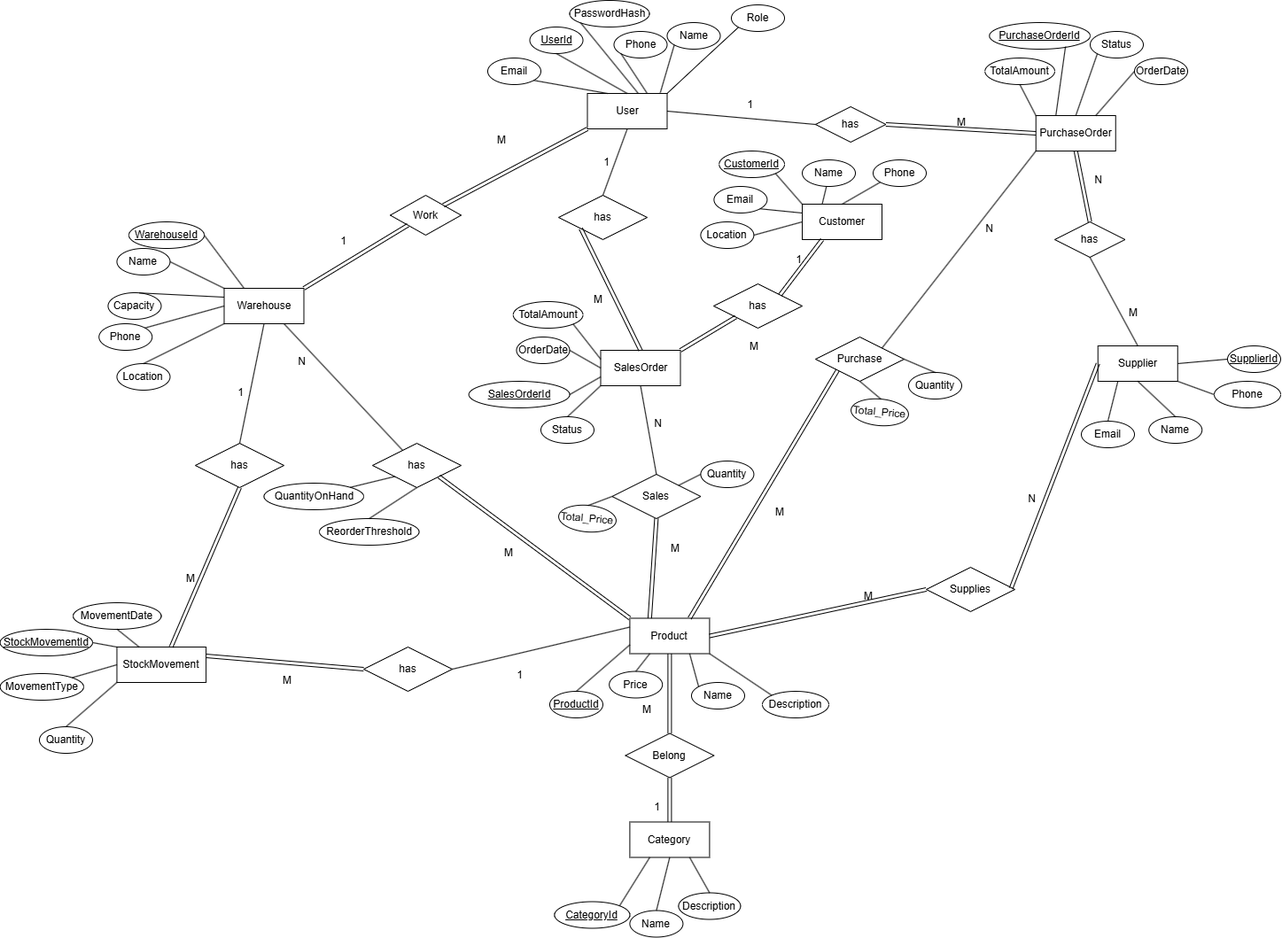
This is Inventory_And_Warehouse_Management/ERD & Mapping/ERD.drawio.png from SparkToCode2026/Inventory_And_Warehouse_Management, a draw.io export, as it was before one commit. Source tidied: cells renumbered, new cells last; positions are measured from the earlier drawing's top-left corner, leaving out a move shared by most shapes.
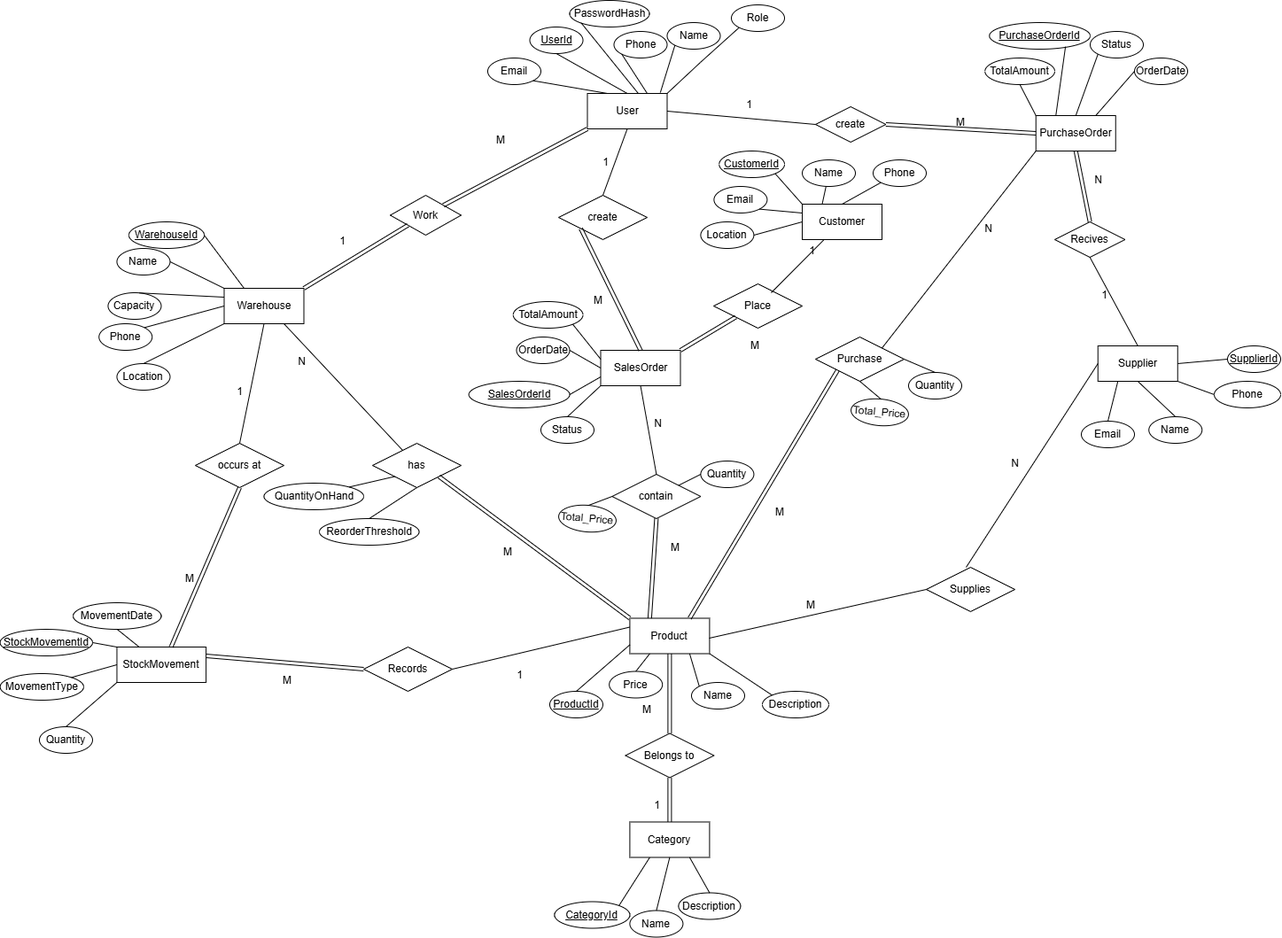
Above is the later version.

Commit message:
Updated ERD relationships and attributes

Change to the diagram source:
```diff
@@ -146,23 +146,7 @@
     <mxCell id="49" value="Supplies" style="shape=rhombus;perimeter=rhombusPerimeter;whiteSpace=wrap;html=1;align=center;" parent="1" vertex="1">
       <mxGeometry x="1045" y="640" width="100" height="50" as="geometry" />
     </mxCell>
-    <mxCell id="50" style="shape=link;html=1;rounded=0;exitX=1;exitY=0.5;exitDx=0;exitDy=0;entryX=0;entryY=0.5;entryDx=0;entryDy=0;" parent="1" edge="1" source="19" target="49">
-      <mxGeometry relative="1" as="geometry" />
-    </mxCell>
-    <mxCell id="51" value="M" style="html=1;whiteSpace=wrap;align=right;verticalAlign=bottom;" parent="50" vertex="1">
-      <mxGeometry x="1" relative="1" as="geometry">
-        <mxPoint x="-60" y="15" as="offset" />
-      </mxGeometry>
-    </mxCell>
-    <mxCell id="52" style="shape=link;html=1;rounded=0;entryX=0;entryY=0.5;entryDx=0;entryDy=0;exitX=0.957;exitY=0.474;exitDx=0;exitDy=0;exitPerimeter=0;" parent="1" edge="1" source="49" target="24">
-      <mxGeometry relative="1" as="geometry" />
-    </mxCell>
-    <mxCell id="53" value="N" style="html=1;whiteSpace=wrap;align=right;verticalAlign=bottom;" parent="52" vertex="1">
-      <mxGeometry x="1" relative="1" as="geometry">
-        <mxPoint x="-70" y="160" as="offset" />
-      </mxGeometry>
-    </mxCell>
-    <mxCell id="54" value="has" style="shape=rhombus;perimeter=rhombusPerimeter;whiteSpace=wrap;html=1;align=center;" parent="1" vertex="1">
+    <mxCell id="54" value="Recives" style="shape=rhombus;perimeter=rhombusPerimeter;whiteSpace=wrap;html=1;align=center;" parent="1" vertex="1">
       <mxGeometry x="1190" y="250" width="79.4" height="40" as="geometry" />
     </mxCell>
     <mxCell id="55" style="shape=link;html=1;rounded=0;entryX=0.5;entryY=0;entryDx=0;entryDy=0;exitX=0.5;exitY=1;exitDx=0;exitDy=0;" parent="1" edge="1" source="40" target="54">
@@ -176,11 +160,6 @@
     <mxCell id="57" style="endArrow=none;html=1;rounded=0;entryX=0.5;entryY=0;entryDx=0;entryDy=0;exitX=0.5;exitY=1;exitDx=0;exitDy=0;" parent="1" edge="1" source="54" target="24">
       <mxGeometry relative="1" as="geometry" />
     </mxCell>
-    <mxCell id="58" value="M" style="html=1;whiteSpace=wrap;align=right;verticalAlign=bottom;" parent="57" vertex="1">
-      <mxGeometry x="1" relative="1" as="geometry">
-        <mxPoint y="-30" as="offset" />
-      </mxGeometry>
-    </mxCell>
     <mxCell id="59" style="endArrow=none;html=1;rounded=0;exitX=0;exitY=1;exitDx=0;exitDy=0;entryX=0.915;entryY=-0.025;entryDx=0;entryDy=0;entryPerimeter=0;" parent="1" edge="1" source="4" target="2">
       <mxGeometry relative="1" as="geometry" />
     </mxCell>
@@ -237,7 +216,7 @@
     <mxCell id="74" style="endArrow=none;html=1;rounded=0;exitX=0;exitY=1;exitDx=0;exitDy=0;entryX=0.5;entryY=0;entryDx=0;entryDy=0;" parent="1" edge="1" source="9" target="13">
       <mxGeometry relative="1" as="geometry" />
     </mxCell>
-    <mxCell id="75" value="Belong" style="shape=rhombus;perimeter=rhombusPerimeter;whiteSpace=wrap;html=1;align=center;" parent="1" vertex="1">
+    <mxCell id="75" value="Belongs to" style="shape=rhombus;perimeter=rhombusPerimeter;whiteSpace=wrap;html=1;align=center;" parent="1" vertex="1">
       <mxGeometry x="705.4" y="827.5" width="100" height="50" as="geometry" />
     </mxCell>
     <mxCell id="76" style="shape=link;html=1;rounded=0;entryX=0.5;entryY=1;entryDx=0;entryDy=0;exitX=0.5;exitY=0;exitDx=0;exitDy=0;" parent="1" edge="1" source="14" target="75">
@@ -277,7 +256,7 @@
     <mxCell id="86" style="endArrow=none;html=1;rounded=0;exitX=0.25;exitY=1;exitDx=0;exitDy=0;entryX=1;entryY=0;entryDx=0;entryDy=0;fontStyle=1;" parent="1" edge="1" source="14" target="15">
       <mxGeometry relative="1" as="geometry" />
     </mxCell>
-    <mxCell id="87" value="has" style="shape=rhombus;perimeter=rhombusPerimeter;whiteSpace=wrap;html=1;align=center;" parent="1" vertex="1">
+    <mxCell id="87" value="create" style="shape=rhombus;perimeter=rhombusPerimeter;whiteSpace=wrap;html=1;align=center;" parent="1" vertex="1">
       <mxGeometry x="920" y="120" width="79.4" height="40" as="geometry" />
     </mxCell>
     <mxCell id="88" style="endArrow=none;html=1;rounded=0;exitX=0.5;exitY=1;exitDx=0;exitDy=0;entryX=0;entryY=0;entryDx=0;entryDy=0;" parent="1" edge="1" source="43" target="40">
@@ -320,7 +299,7 @@
     <mxCell id="99" style="endArrow=none;html=1;rounded=0;exitX=1;exitY=0.5;exitDx=0;exitDy=0;entryX=0;entryY=0;entryDx=0;entryDy=0;" parent="1" edge="1" source="36" target="35">
       <mxGeometry relative="1" as="geometry" />
     </mxCell>
-    <mxCell id="100" value="has" style="shape=rhombus;perimeter=rhombusPerimeter;whiteSpace=wrap;html=1;align=center;" parent="1" vertex="1">
+    <mxCell id="100" value="Records" style="shape=rhombus;perimeter=rhombusPerimeter;whiteSpace=wrap;html=1;align=center;" parent="1" vertex="1">
       <mxGeometry x="410" y="730" width="100" height="50" as="geometry" />
     </mxCell>
     <mxCell id="101" style="endArrow=none;html=1;rounded=0;entryX=0;entryY=0.25;entryDx=0;entryDy=0;exitX=1;exitY=0.5;exitDx=0;exitDy=0;" parent="1" edge="1" source="100" target="19">
@@ -339,7 +318,7 @@
         <mxPoint x="-80" y="20" as="offset" />
       </mxGeometry>
     </mxCell>
-    <mxCell id="105" value="has" style="shape=rhombus;perimeter=rhombusPerimeter;whiteSpace=wrap;html=1;align=center;" parent="1" vertex="1">
+    <mxCell id="105" value="occurs at" style="shape=rhombus;perimeter=rhombusPerimeter;whiteSpace=wrap;html=1;align=center;" parent="1" vertex="1">
       <mxGeometry x="220" y="500" width="100" height="50" as="geometry" />
     </mxCell>
     <mxCell id="106" style="shape=link;html=1;rounded=0;exitX=0.5;exitY=1;exitDx=0;exitDy=0;entryX=0.608;entryY=-0.005;entryDx=0;entryDy=0;entryPerimeter=0;" parent="1" edge="1" source="105" target="35">
@@ -373,13 +352,13 @@
     <mxCell id="114" value="OrderDate" style="ellipse;whiteSpace=wrap;html=1;align=center;" parent="1" vertex="1">
       <mxGeometry x="582.5" y="380" width="60" height="30" as="geometry" />
     </mxCell>
-    <mxCell id="115" value="Sales" style="shape=rhombus;perimeter=rhombusPerimeter;whiteSpace=wrap;html=1;align=center;" parent="1" vertex="1">
+    <mxCell id="115" value="contain" style="shape=rhombus;perimeter=rhombusPerimeter;whiteSpace=wrap;html=1;align=center;" parent="1" vertex="1">
       <mxGeometry x="690.4" y="535" width="100" height="50" as="geometry" />
     </mxCell>
-    <mxCell id="116" value="has" style="shape=rhombus;perimeter=rhombusPerimeter;whiteSpace=wrap;html=1;align=center;" parent="1" vertex="1">
+    <mxCell id="116" value="Place" style="shape=rhombus;perimeter=rhombusPerimeter;whiteSpace=wrap;html=1;align=center;" parent="1" vertex="1">
       <mxGeometry x="805" y="320" width="100" height="50" as="geometry" />
     </mxCell>
-    <mxCell id="117" value="has" style="shape=rhombus;perimeter=rhombusPerimeter;whiteSpace=wrap;html=1;align=center;" parent="1" vertex="1">
+    <mxCell id="117" value="create" style="shape=rhombus;perimeter=rhombusPerimeter;whiteSpace=wrap;html=1;align=center;" parent="1" vertex="1">
       <mxGeometry x="630" y="220" width="100" height="50" as="geometry" />
     </mxCell>
     <mxCell id="118" style="endArrow=none;html=1;rounded=0;entryX=0.5;entryY=1;entryDx=0;entryDy=0;exitX=0.5;exitY=0;exitDx=0;exitDy=0;" parent="1" edge="1" source="117" target="2">
@@ -460,14 +439,6 @@
     <mxCell id="139" style="endArrow=none;html=1;rounded=0;exitX=1;exitY=0.5;exitDx=0;exitDy=0;entryX=0;entryY=0.5;entryDx=0;entryDy=0;" parent="1" edge="1" source="34" target="29">
       <mxGeometry relative="1" as="geometry" />
     </mxCell>
-    <mxCell id="140" style="shape=link;html=1;rounded=0;entryX=0.25;entryY=1;entryDx=0;entryDy=0;exitX=1;exitY=0;exitDx=0;exitDy=0;" parent="1" edge="1" source="116" target="29">
-      <mxGeometry relative="1" as="geometry" />
-    </mxCell>
-    <mxCell id="141" value="1" style="html=1;whiteSpace=wrap;align=right;verticalAlign=bottom;" parent="140" vertex="1">
-      <mxGeometry x="1" relative="1" as="geometry">
-        <mxPoint x="-22" y="30" as="offset" />
-      </mxGeometry>
-    </mxCell>
     <mxCell id="142" style="shape=link;html=1;rounded=0;entryX=0;entryY=1;entryDx=0;entryDy=0;exitX=1;exitY=0;exitDx=0;exitDy=0;" parent="1" edge="1" source="110" target="116">
       <mxGeometry relative="1" as="geometry" />
     </mxCell>
@@ -531,5 +502,32 @@
     <mxCell id="160" style="endArrow=none;html=1;rounded=0;exitX=0;exitY=0.5;exitDx=0;exitDy=0;" parent="1" edge="1" source="158" target="115">
       <mxGeometry relative="1" as="geometry" />
     </mxCell>
+    <mxCell id="161" style="endArrow=none;html=1;rounded=0;entryX=0.268;entryY=1.014;entryDx=0;entryDy=0;entryPerimeter=0;" parent="1" edge="1" target="29">
+      <mxGeometry relative="1" as="geometry">
+        <mxPoint x="870" y="330" as="sourcePoint" />
+      </mxGeometry>
+    </mxCell>
+    <mxCell id="162" value="1" style="html=1;whiteSpace=wrap;align=right;verticalAlign=bottom;" parent="1" vertex="1">
+      <mxGeometry x="920" y="290" as="geometry" />
+    </mxCell>
+    <mxCell id="163" value="1" style="html=1;whiteSpace=wrap;align=right;verticalAlign=bottom;" parent="1" vertex="1">
+      <mxGeometry x="1250" y="340" as="geometry" />
+    </mxCell>
+    <mxCell id="164" style="endArrow=none;html=1;rounded=0;entryX=0;entryY=0.5;entryDx=0;entryDy=0;" parent="1" edge="1" target="24">
+      <mxGeometry relative="1" as="geometry">
+        <mxPoint x="1090" y="640" as="sourcePoint" />
+      </mxGeometry>
+    </mxCell>
+    <mxCell id="53" value="N" style="html=1;whiteSpace=wrap;align=right;verticalAlign=bottom;" parent="1" vertex="1">
+      <mxGeometry x="1150" y="530" as="geometry" />
+    </mxCell>
+    <mxCell id="165" style="endArrow=none;html=1;rounded=0;entryX=0;entryY=0.5;entryDx=0;entryDy=0;" parent="1" edge="1" target="49">
+      <mxGeometry relative="1" as="geometry">
+        <mxPoint x="800" y="720" as="sourcePoint" />
+      </mxGeometry>
+    </mxCell>
+    <mxCell id="166" value="M" style="html=1;whiteSpace=wrap;align=right;verticalAlign=bottom;" parent="1" vertex="1">
+      <mxGeometry x="920" y="690" as="geometry" />
+    </mxCell>
   </root>
 </mxGraphModel>
```
